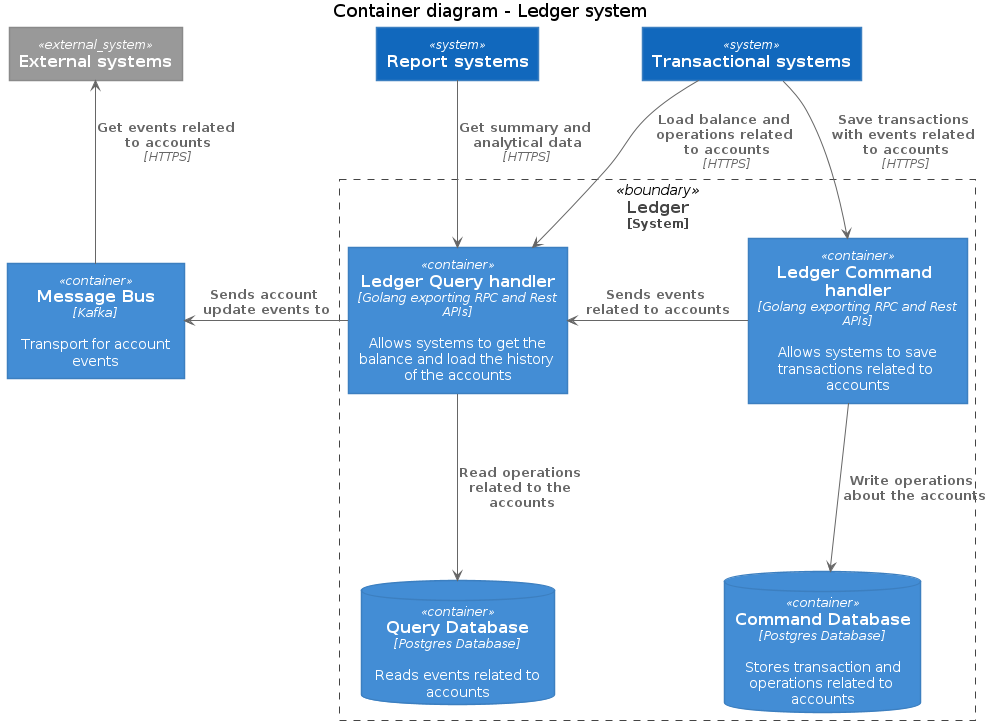
fernandodr19/the-amazing-ledger keeps this PlantUML diagram as docs/c4model/level_2_step_by_step/level_2_c_container_diagram.png. Above is the earlier version.
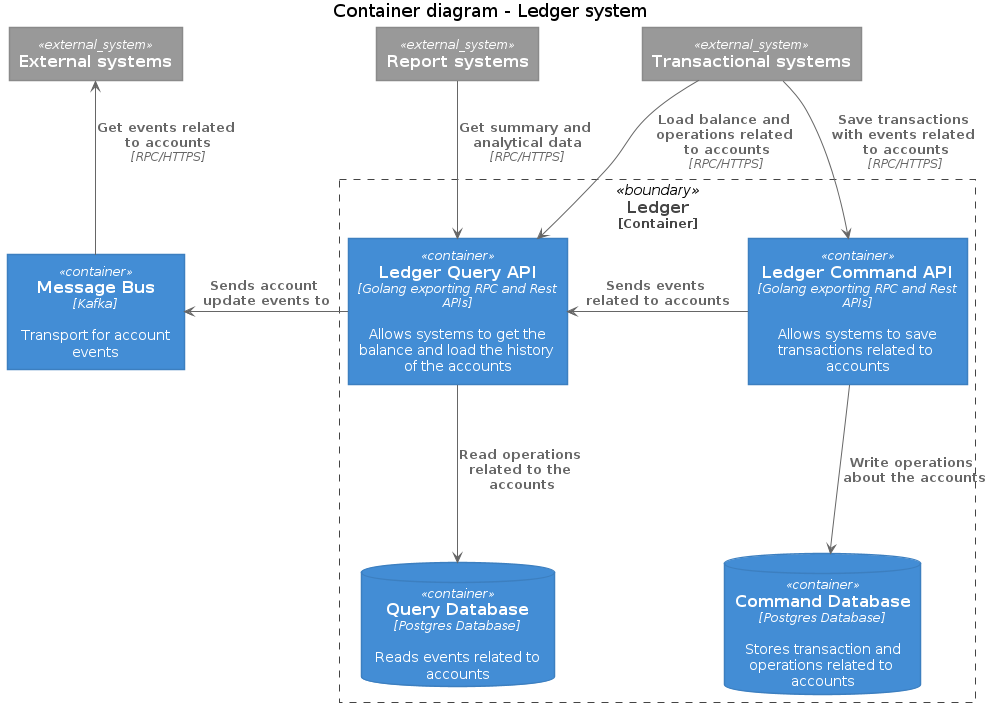
Above is the later version.

What changed in the source:
```diff
@@ -6,13 +6,13 @@
 
 
 
-System(transactional_systems, "Transactional systems")
-System(report_systems, "Report systems")
+System_Ext(transactional_systems, "Transactional systems")
+System_Ext(report_systems, "Report systems")
 System_Ext(external_systems, "External systems")
 
-System_Boundary(ledger, "Ledger") {
-    Container(ledger_command_api, "Ledger Command handler", "Golang exporting RPC and Rest APIs", "Allows systems to save transactions related to accounts")
-    Container(ledger_query_api, "Ledger Query handler", "Golang exporting RPC and Rest APIs", "Allows systems to get the balance and load the history of the accounts")
+Container_Boundary(ledger, "Ledger") {
+    Container(ledger_command_api, "Ledger Command API", "Golang exporting RPC and Rest APIs", "Allows systems to save transactions related to accounts")
+    Container(ledger_query_api, "Ledger Query API", "Golang exporting RPC and Rest APIs", "Allows systems to get the balance and load the history of the accounts")
     ContainerDb(query_database, "Query Database", "Postgres Database", "Reads events related to accounts")
     ContainerDb(command_database, "Command Database", "Postgres Database", "Stores transaction and operations related to accounts")
 }
@@ -24,12 +24,12 @@
 Rel(ledger_command_api, command_database, "Write operations about the accounts")
 Rel(ledger_query_api, query_database, "Read operations related to the accounts")
 
-Rel(transactional_systems, ledger_command_api, "Save transactions with events related to accounts", "HTTPS")
-Rel(transactional_systems, ledger_query_api, "Load balance and operations related to accounts", "HTTPS")
+Rel(transactional_systems, ledger_command_api, "Save transactions with events related to accounts", "RPC/HTTPS")
+Rel(transactional_systems, ledger_query_api, "Load balance and operations related to accounts", "RPC/HTTPS")
 
-Rel_Back(external_systems, message_bus, "Get events related to accounts", "HTTPS")
+Rel_Back(external_systems, message_bus, "Get events related to accounts", "RPC/HTTPS")
 
-Rel(report_systems, ledger_query_api, "Get summary and analytical data", "HTTPS")
+Rel(report_systems, ledger_query_api, "Get summary and analytical data", "RPC/HTTPS")
 
 Rel_Neighbor(ledger_command_api, ledger_query_api, "Sends events related to accounts")
 
```
